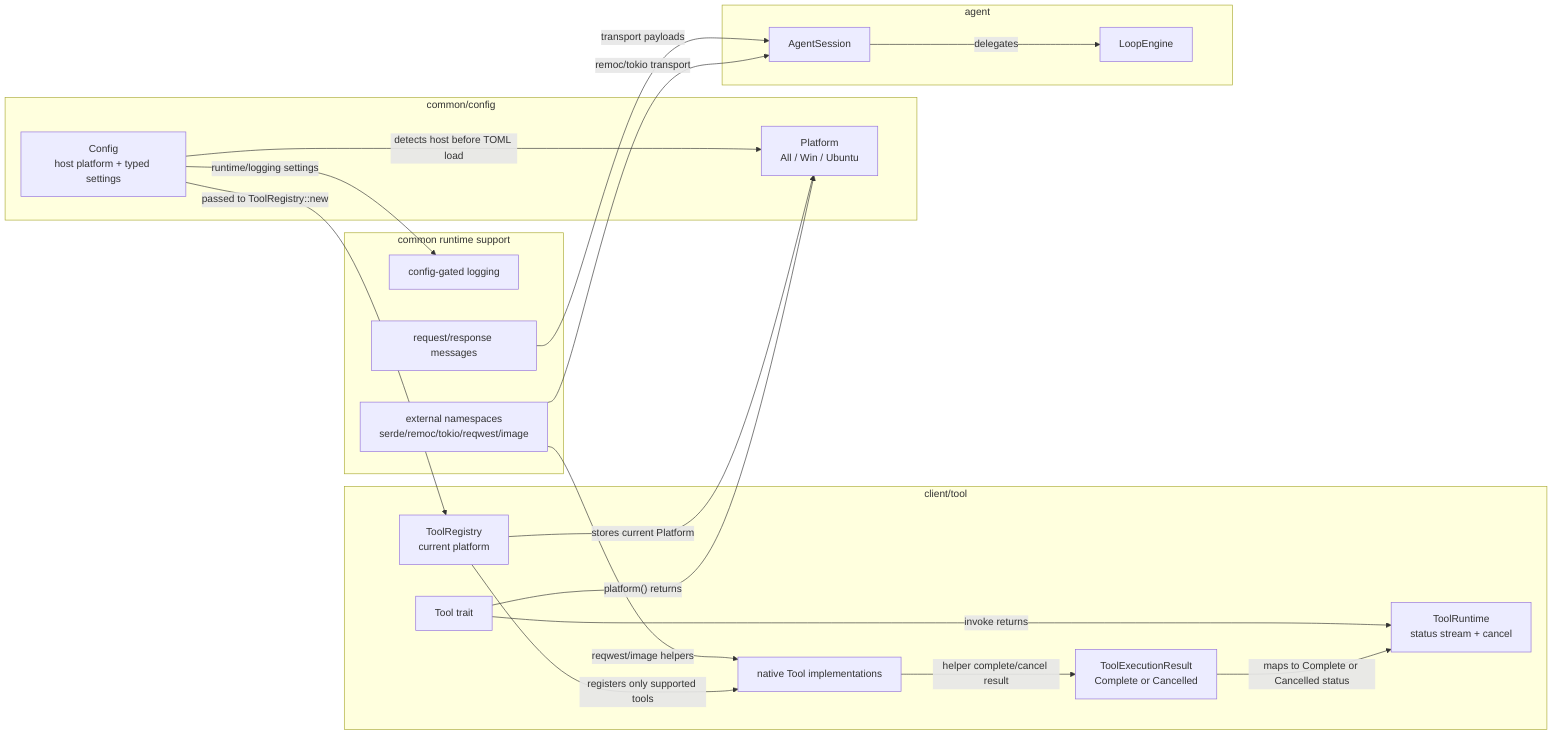
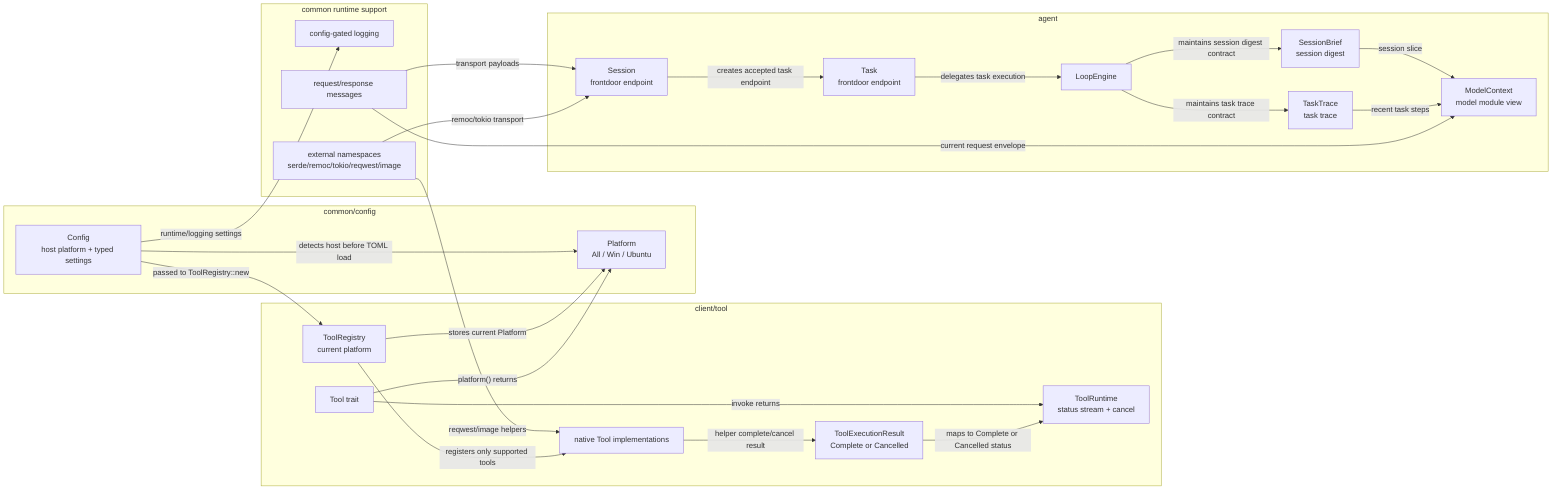
flowchart LR
  subgraph common_config["common/config"]
    Config["Config\nhost platform + typed settings"]
    Platform["Platform\nAll / Win / Ubuntu"]
  end
  subgraph common_runtime["common runtime support"]
    Logging["config-gated logging"]
    Messages["request/response messages"]
    ExternalNamespaces["external namespaces\nserde/remoc/tokio/reqwest/image"]
  end
  subgraph client_tool["client/tool"]
    ToolRegistry["ToolRegistry\ncurrent platform"]
    ToolTrait["Tool trait"]
    ToolRuntime["ToolRuntime\nstatus stream + cancel"]
    ToolExecutionResult["ToolExecutionResult<T>\nComplete or Cancelled"]
    NativeTools["native Tool implementations"]
  end
  subgraph agent_runtime["agent"]
-     AgentSession["AgentSession"]
+     Session["Session\nfrontdoor endpoint"]
+     Task["Task\nfrontdoor endpoint"]
    LoopEngine["LoopEngine"]
+     SessionBrief["SessionBrief\nsession digest"]
+     TaskTrace["TaskTrace\ntask trace"]
+     ModelContext["ModelContext\nmodel module view"]
  end

  Config -->|"detects host before TOML load"| Platform
  Config -->|"runtime/logging settings"| Logging
-   Messages -->|"transport payloads"| AgentSession
-   ExternalNamespaces -->|"remoc/tokio transport"| AgentSession
+   Messages -->|"transport payloads"| Session
+   ExternalNamespaces -->|"remoc/tokio transport"| Session
  ExternalNamespaces -->|"reqwest/image helpers"| NativeTools
  Config -->|"passed to ToolRegistry::new"| ToolRegistry
  ToolRegistry -->|"stores current Platform"| Platform
  ToolTrait -->|"platform() returns"| Platform
  ToolTrait -->|"invoke returns"| ToolRuntime
  NativeTools -->|"helper complete/cancel result"| ToolExecutionResult
  ToolExecutionResult -->|"maps to Complete or Cancelled status"| ToolRuntime
  ToolRegistry -->|"registers only supported tools"| NativeTools
-   AgentSession -->|"delegates"| LoopEngine
+   Session -->|"creates accepted task endpoint"| Task
+   Task -->|"delegates task execution"| LoopEngine
+   LoopEngine -->|"maintains session digest contract"| SessionBrief
+   LoopEngine -->|"maintains task trace contract"| TaskTrace
+   SessionBrief -->|"session slice"| ModelContext
+   TaskTrace -->|"recent task steps"| ModelContext
+   Messages -->|"current request envelope"| ModelContext
